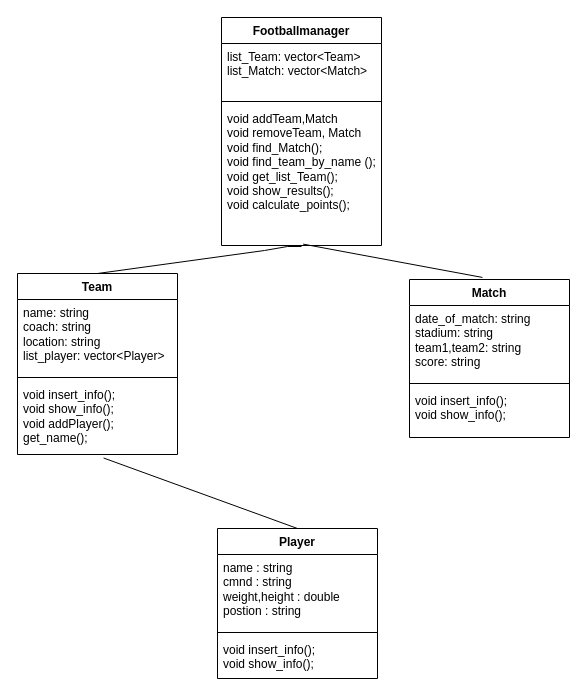
Before: doan.drawio in tuanx31/do_an_nam_nhat_ki_2, a draw.io diagram. Source tidied: cells renumbered, new cells numbered last; positions are measured from the earlier drawing's top-left corner, leaving out a move shared by most shapes. Both pictures are drawn from the tidied source at 100%, with x=0, y=0 at pixel (17, 17).
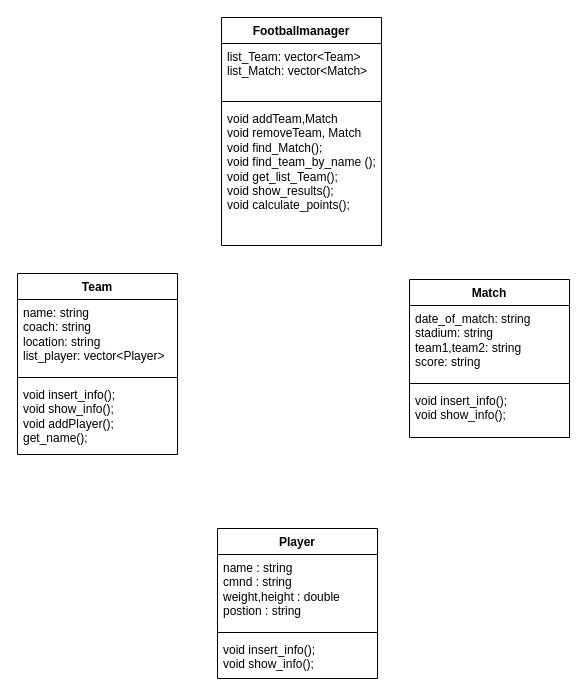
The same diagram, later.

The change refers to these unchanged cells:
```xml
<mxCell id="2" value="Player" style="swimlane;fontStyle=1;align=center;verticalAlign=top;horizontal=1;startSize=26;whiteSpace=wrap;html=1;" parent="1" vertex="1">
  <mxGeometry x="200" y="511" width="160" height="150" as="geometry" />
</mxCell>
<mxCell id="6" value="Match" style="swimlane;fontStyle=1;align=center;verticalAlign=top;horizontal=1;startSize=26;whiteSpace=wrap;html=1;" parent="1" vertex="1">
  <mxGeometry x="392" y="262" width="160" height="158" as="geometry" />
</mxCell>
<mxCell id="10" value="Team" style="swimlane;fontStyle=1;align=center;verticalAlign=top;horizontal=1;startSize=26;whiteSpace=wrap;html=1;" parent="1" vertex="1">
  <mxGeometry y="256" width="160" height="181" as="geometry" />
</mxCell>
<mxCell id="13" value="void insert_info();&lt;br&gt;void show_info();&lt;br&gt;void addPlayer();&lt;br&gt;get_name();" style="text;strokeColor=none;fillColor=none;align=left;verticalAlign=top;spacingLeft=4;spacingRight=4;overflow=hidden;points=[[0,0.5],[1,0.5]];portConstraint=eastwest;whiteSpace=wrap;html=1;" parent="10" vertex="1">
  <mxGeometry y="108" width="160" height="73" as="geometry" />
</mxCell>
<mxCell id="17" value="void addTeam,Match&lt;br&gt;void removeTeam, Match&lt;br&gt;void find_Match();&lt;br&gt;void find_team_by_name ();&lt;br&gt;void get_list_Team();&lt;br&gt;void show_results();&lt;br&gt;void calculate_points();&lt;br&gt;" style="text;strokeColor=none;fillColor=none;align=left;verticalAlign=top;spacingLeft=4;spacingRight=4;overflow=hidden;points=[[0,0.5],[1,0.5]];portConstraint=eastwest;whiteSpace=wrap;html=1;" parent="14" vertex="1">
  <mxGeometry y="88" width="160" height="140" as="geometry" />
</mxCell>
```

The edit, as a diff of the source:
```diff
@@
-    <mxCell id="18" style="endArrow=none;html=1;rounded=0;entryX=0.51;entryY=0.99;entryDx=0;entryDy=0;entryPerimeter=0;exitX=0.456;exitY=-0.013;exitDx=0;exitDy=0;exitPerimeter=0;" parent="1" edge="1" source="6" target="17">
-      <mxGeometry relative="1" as="geometry" />
-    </mxCell>
-    <mxCell id="19" style="endArrow=none;html=1;rounded=0;exitX=0.5;exitY=0;exitDx=0;exitDy=0;" parent="1" edge="1" source="10">
-      <mxGeometry relative="1" as="geometry">
-        <mxPoint x="284" y="229" as="targetPoint" />
-        <Array as="points">
-          <mxPoint x="247" y="233" />
-          <mxPoint x="270" y="229" />
-        </Array>
-      </mxGeometry>
-    </mxCell>
-    <mxCell id="20" style="endArrow=none;html=1;rounded=0;entryX=0.538;entryY=1.048;entryDx=0;entryDy=0;entryPerimeter=0;exitX=0.5;exitY=0;exitDx=0;exitDy=0;" parent="1" edge="1" source="2" target="13">
-      <mxGeometry relative="1" as="geometry" />
-    </mxCell>
```
